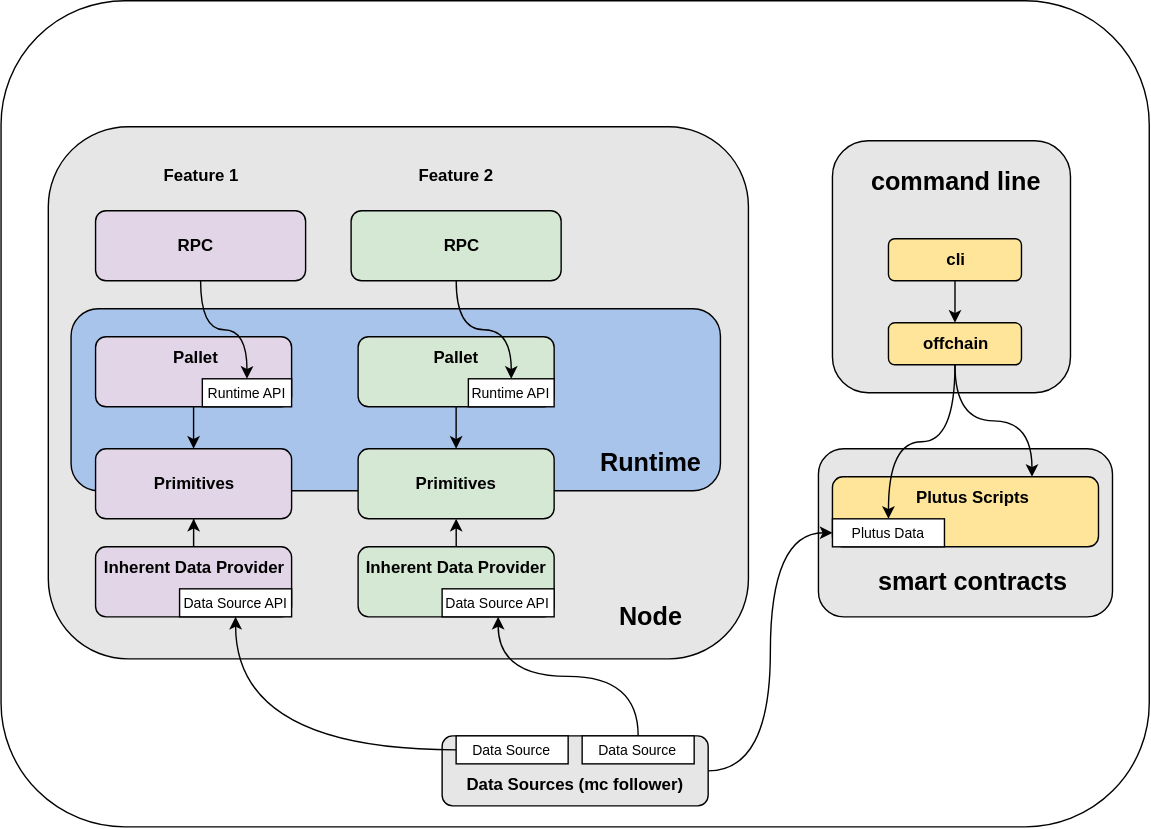
Above: docs/diagrams/feature-design.svg in input-output-hk/partner-chains (draw.io), before the change. Source tidied: cells renumbered, new cells last; positions are measured from the earlier drawing's top-left corner, leaving out a move shared by most shapes. The source it was exported from:
```xml
<mxGraphModel>
  <root>
    <mxCell id="0" />
    <mxCell id="1" parent="0" />
    <mxCell id="2" style="rounded=1;whiteSpace=wrap;html=1;" parent="1" vertex="1">
      <mxGeometry x="0.2" width="820" height="590" as="geometry" />
    </mxCell>
    <mxCell id="3" style="rounded=1;whiteSpace=wrap;html=1;fillColor=#E6E6E6;" parent="1" vertex="1">
      <mxGeometry x="584" y="320" width="210" height="120" as="geometry" />
    </mxCell>
    <mxCell id="4" style="rounded=1;whiteSpace=wrap;html=1;fillColor=#E6E6E6;" parent="1" vertex="1">
      <mxGeometry x="34" y="90" width="500" height="380" as="geometry" />
    </mxCell>
    <mxCell id="5" style="rounded=1;whiteSpace=wrap;html=1;fillColor=#A9C4EB;" parent="1" vertex="1">
      <mxGeometry x="50.2" y="220" width="463.8" height="130" as="geometry" />
    </mxCell>
    <mxCell id="6" style="rounded=1;whiteSpace=wrap;html=1;fillColor=#E1D5E7;" parent="1" vertex="1">
      <mxGeometry x="67.8" y="150" width="150" height="50" as="geometry" />
    </mxCell>
    <mxCell id="7" value="&lt;b&gt;RPC&lt;/b&gt;" style="text;html=1;align=center;verticalAlign=middle;strokeColor=none;fillColor=none;" parent="1" vertex="1">
      <mxGeometry x="114" y="160" width="50" height="30" as="geometry" />
    </mxCell>
    <mxCell id="8" style="rounded=1;whiteSpace=wrap;html=1;fillColor=#E1D5E7;" parent="1" vertex="1">
      <mxGeometry x="67.8" y="240" width="140" height="50" as="geometry" />
    </mxCell>
    <mxCell id="9" value="&lt;b&gt;Pallet&lt;/b&gt;" style="text;html=1;align=center;verticalAlign=middle;strokeColor=none;fillColor=none;" parent="1" vertex="1">
      <mxGeometry x="109" y="240" width="60" height="30" as="geometry" />
    </mxCell>
    <mxCell id="10" style="rounded=1;whiteSpace=wrap;html=1;fillColor=#E1D5E7;" parent="1" vertex="1">
      <mxGeometry x="67.8" y="320" width="140" height="50" as="geometry" />
    </mxCell>
    <mxCell id="11" value="&lt;b&gt;Primitives&lt;/b&gt;" style="text;html=1;align=center;verticalAlign=middle;strokeColor=none;fillColor=none;" parent="1" vertex="1">
      <mxGeometry x="97.8" y="330" width="80" height="30" as="geometry" />
    </mxCell>
    <mxCell id="12" style="edgeStyle=orthogonalEdgeStyle;rounded=0;jettySize=auto;html=1;exitX=0.5;exitY=0;exitDx=0;exitDy=0;" parent="1" edge="1" source="13" target="10">
      <mxGeometry relative="1" as="geometry" />
    </mxCell>
    <mxCell id="13" style="rounded=1;whiteSpace=wrap;html=1;fillColor=#E1D5E7;" parent="1" vertex="1">
      <mxGeometry x="67.8" y="390" width="140" height="50" as="geometry" />
    </mxCell>
    <mxCell id="14" value="&lt;b&gt;Inherent Data Provider&lt;/b&gt;" style="text;html=1;align=center;verticalAlign=middle;strokeColor=none;fillColor=none;" parent="1" vertex="1">
      <mxGeometry x="62.8" y="390" width="150" height="30" as="geometry" />
    </mxCell>
    <mxCell id="15" value="&lt;font style=&quot;font-size: 10px;&quot;&gt;Runtime API&lt;/font&gt;" style="rounded=0;whiteSpace=wrap;html=1;" parent="1" vertex="1">
      <mxGeometry x="144" y="270" width="63.8" height="20" as="geometry" />
    </mxCell>
    <mxCell id="16" value="&lt;font style=&quot;font-size: 10px;&quot;&gt;Data Source API&lt;/font&gt;" style="rounded=0;whiteSpace=wrap;html=1;" parent="1" vertex="1">
      <mxGeometry x="127.8" y="420" width="80" height="20" as="geometry" />
    </mxCell>
    <mxCell id="17" style="endArrow=classic;html=1;rounded=0;exitX=0.5;exitY=1;exitDx=0;exitDy=0;entryX=0.5;entryY=0;entryDx=0;entryDy=0;edgeStyle=orthogonalEdgeStyle;curved=1;" parent="1" edge="1" source="6" target="15">
      <mxGeometry relative="1" as="geometry" />
    </mxCell>
    <mxCell id="18" style="endArrow=classic;html=1;rounded=0;exitX=0.5;exitY=1;exitDx=0;exitDy=0;entryX=0.5;entryY=0;entryDx=0;entryDy=0;" parent="1" edge="1" source="8" target="10">
      <mxGeometry relative="1" as="geometry" />
    </mxCell>
    <mxCell id="19" style="rounded=1;whiteSpace=wrap;html=1;fillColor=#E6E6E6;" parent="1" vertex="1">
      <mxGeometry x="315.2" y="525" width="190" height="50" as="geometry" />
    </mxCell>
    <mxCell id="20" style="edgeStyle=orthogonalEdgeStyle;curved=1;rounded=0;jettySize=auto;html=1;entryX=0.5;entryY=1;entryDx=0;entryDy=0;" parent="1" edge="1" source="21" target="16">
      <mxGeometry relative="1" as="geometry" />
    </mxCell>
    <mxCell id="21" value="&lt;font style=&quot;font-size: 10px;&quot;&gt;Data Source&lt;/font&gt;" style="rounded=0;whiteSpace=wrap;html=1;" parent="1" vertex="1">
      <mxGeometry x="325.2" y="525" width="80" height="20" as="geometry" />
    </mxCell>
    <mxCell id="22" style="edgeStyle=orthogonalEdgeStyle;curved=1;rounded=0;jettySize=auto;html=1;entryX=0.5;entryY=1;entryDx=0;entryDy=0;exitX=0.5;exitY=0;exitDx=0;exitDy=0;" parent="1" edge="1" source="23" target="51">
      <mxGeometry relative="1" as="geometry" />
    </mxCell>
    <mxCell id="23" value="&lt;font style=&quot;font-size: 10px;&quot;&gt;Data Source&lt;/font&gt;" style="rounded=0;whiteSpace=wrap;html=1;" parent="1" vertex="1">
      <mxGeometry x="415.2" y="525" width="80" height="20" as="geometry" />
    </mxCell>
    <mxCell id="24" value="&lt;b&gt;Data Sources (mc follower)&lt;/b&gt;" style="text;html=1;align=center;verticalAlign=middle;strokeColor=none;fillColor=none;" parent="1" vertex="1">
      <mxGeometry x="320.2" y="545" width="180" height="30" as="geometry" />
    </mxCell>
    <mxCell id="25" style="rounded=1;whiteSpace=wrap;html=1;fillColor=#FFE599;" parent="1" vertex="1">
      <mxGeometry x="594" y="340" width="190" height="50" as="geometry" />
    </mxCell>
    <mxCell id="26" value="&lt;b&gt;Plutus Scripts&lt;/b&gt;" style="text;html=1;align=center;verticalAlign=middle;strokeColor=none;fillColor=none;" parent="1" vertex="1">
      <mxGeometry x="644" y="340" width="100" height="30" as="geometry" />
    </mxCell>
    <mxCell id="27" value="&lt;font style=&quot;font-size: 10px;&quot;&gt;Plutus Data&lt;/font&gt;" style="rounded=0;whiteSpace=wrap;html=1;" parent="1" vertex="1">
      <mxGeometry x="594" y="370" width="80" height="20" as="geometry" />
    </mxCell>
    <mxCell id="28" style="edgeStyle=orthogonalEdgeStyle;rounded=0;jettySize=auto;html=1;curved=1;entryX=0;entryY=0.5;entryDx=0;entryDy=0;exitX=1;exitY=0.5;exitDx=0;exitDy=0;" parent="1" edge="1" source="19" target="27">
      <mxGeometry relative="1" as="geometry" />
    </mxCell>
    <mxCell id="29" value="&lt;b&gt;&lt;font style=&quot;font-size: 18px;&quot;&gt;Runtime&lt;/font&gt;&lt;/b&gt;" style="text;html=1;align=center;verticalAlign=middle;strokeColor=none;fillColor=none;" parent="1" vertex="1">
      <mxGeometry x="414" y="310" width="100" height="40" as="geometry" />
    </mxCell>
    <mxCell id="30" value="&lt;b&gt;&lt;font style=&quot;font-size: 18px;&quot;&gt;Node&lt;/font&gt;&lt;/b&gt;" style="text;html=1;align=center;verticalAlign=middle;strokeColor=none;fillColor=none;" parent="1" vertex="1">
      <mxGeometry x="429" y="420" width="70" height="40" as="geometry" />
    </mxCell>
    <mxCell id="31" style="rounded=1;whiteSpace=wrap;html=1;fillColor=#E6E6E6;" parent="1" vertex="1">
      <mxGeometry x="594" y="100" width="170" height="180" as="geometry" />
    </mxCell>
    <mxCell id="32" style="edgeStyle=orthogonalEdgeStyle;rounded=0;jettySize=auto;html=1;entryX=0.5;entryY=0;entryDx=0;entryDy=0;" parent="1" edge="1" source="33" target="35">
      <mxGeometry relative="1" as="geometry" />
    </mxCell>
    <mxCell id="33" style="rounded=1;whiteSpace=wrap;html=1;fillColor=#FFE599;" parent="1" vertex="1">
      <mxGeometry x="634" y="170" width="95" height="30" as="geometry" />
    </mxCell>
    <mxCell id="34" style="edgeStyle=orthogonalEdgeStyle;rounded=0;jettySize=auto;html=1;entryX=0.5;entryY=0;entryDx=0;entryDy=0;curved=1;exitX=0.5;exitY=1;exitDx=0;exitDy=0;" parent="1" edge="1" source="35" target="27">
      <mxGeometry relative="1" as="geometry" />
    </mxCell>
    <mxCell id="35" style="rounded=1;whiteSpace=wrap;html=1;fillColor=#FFE599;" parent="1" vertex="1">
      <mxGeometry x="634" y="230" width="95" height="30" as="geometry" />
    </mxCell>
    <mxCell id="36" value="&lt;b&gt;cli&lt;/b&gt;" style="text;html=1;align=center;verticalAlign=middle;strokeColor=none;fillColor=none;" parent="1" vertex="1">
      <mxGeometry x="661.5" y="170" width="40" height="30" as="geometry" />
    </mxCell>
    <mxCell id="37" value="&lt;b&gt;offchain&lt;/b&gt;" style="text;html=1;align=center;verticalAlign=middle;strokeColor=none;fillColor=none;" parent="1" vertex="1">
      <mxGeometry x="646.5" y="230" width="70" height="30" as="geometry" />
    </mxCell>
    <mxCell id="38" value="&lt;b&gt;&lt;font style=&quot;font-size: 18px;&quot;&gt;command line&lt;/font&gt;&lt;/b&gt;" style="text;html=1;align=center;verticalAlign=middle;strokeColor=none;fillColor=none;" parent="1" vertex="1">
      <mxGeometry x="611.5" y="110" width="140" height="40" as="geometry" />
    </mxCell>
    <mxCell id="39" style="edgeStyle=orthogonalEdgeStyle;rounded=0;jettySize=auto;html=1;entryX=0.75;entryY=0;entryDx=0;entryDy=0;curved=1;exitX=0.5;exitY=1;exitDx=0;exitDy=0;" parent="1" edge="1" source="35" target="25">
      <mxGeometry relative="1" as="geometry" />
    </mxCell>
    <mxCell id="40" value="&lt;b&gt;&lt;font style=&quot;font-size: 18px;&quot;&gt;smart contracts&lt;/font&gt;&lt;/b&gt;" style="text;html=1;align=center;verticalAlign=middle;strokeColor=none;fillColor=none;" parent="1" vertex="1">
      <mxGeometry x="614" y="395" width="160" height="40" as="geometry" />
    </mxCell>
    <mxCell id="41" style="rounded=1;whiteSpace=wrap;html=1;fillColor=#D5E8D4;" parent="1" vertex="1">
      <mxGeometry x="250.2" y="150" width="150" height="50" as="geometry" />
    </mxCell>
    <mxCell id="42" value="&lt;b&gt;RPC&lt;/b&gt;" style="text;html=1;align=center;verticalAlign=middle;strokeColor=none;fillColor=none;" parent="1" vertex="1">
      <mxGeometry x="304" y="160" width="50" height="30" as="geometry" />
    </mxCell>
    <mxCell id="43" style="rounded=1;whiteSpace=wrap;html=1;fillColor=#D5E8D4;" parent="1" vertex="1">
      <mxGeometry x="255.2" y="240" width="140" height="50" as="geometry" />
    </mxCell>
    <mxCell id="44" value="&lt;b&gt;Pallet&lt;/b&gt;" style="text;html=1;align=center;verticalAlign=middle;strokeColor=none;fillColor=none;" parent="1" vertex="1">
      <mxGeometry x="295.2" y="240" width="60" height="30" as="geometry" />
    </mxCell>
    <mxCell id="45" style="rounded=1;whiteSpace=wrap;html=1;fillColor=#D5E8D4;" parent="1" vertex="1">
      <mxGeometry x="255.2" y="320" width="140" height="50" as="geometry" />
    </mxCell>
    <mxCell id="46" value="&lt;b&gt;Primitives&lt;/b&gt;" style="text;html=1;align=center;verticalAlign=middle;strokeColor=none;fillColor=none;" parent="1" vertex="1">
      <mxGeometry x="285.2" y="330" width="80" height="30" as="geometry" />
    </mxCell>
    <mxCell id="47" style="edgeStyle=orthogonalEdgeStyle;curved=1;rounded=0;jettySize=auto;html=1;entryX=0.5;entryY=1;entryDx=0;entryDy=0;" parent="1" edge="1" source="48" target="45">
      <mxGeometry relative="1" as="geometry" />
    </mxCell>
    <mxCell id="48" style="rounded=1;whiteSpace=wrap;html=1;fillColor=#D5E8D4;" parent="1" vertex="1">
      <mxGeometry x="255.2" y="390" width="140" height="50" as="geometry" />
    </mxCell>
    <mxCell id="49" value="&lt;b&gt;Inherent Data Provider&lt;/b&gt;" style="text;html=1;align=center;verticalAlign=middle;strokeColor=none;fillColor=none;" parent="1" vertex="1">
      <mxGeometry x="250.2" y="390" width="150" height="30" as="geometry" />
    </mxCell>
    <mxCell id="50" value="&lt;font style=&quot;font-size: 10px;&quot;&gt;Runtime API&lt;/font&gt;" style="rounded=0;whiteSpace=wrap;html=1;" parent="1" vertex="1">
      <mxGeometry x="334" y="270" width="61.2" height="20" as="geometry" />
    </mxCell>
    <mxCell id="51" value="&lt;font style=&quot;font-size: 10px;&quot;&gt;Data Source API&lt;/font&gt;" style="rounded=0;whiteSpace=wrap;html=1;" parent="1" vertex="1">
      <mxGeometry x="315.2" y="420" width="80" height="20" as="geometry" />
    </mxCell>
    <mxCell id="52" style="endArrow=classic;html=1;rounded=0;exitX=0.5;exitY=1;exitDx=0;exitDy=0;entryX=0.5;entryY=0;entryDx=0;entryDy=0;" parent="1" edge="1" source="43" target="45">
      <mxGeometry relative="1" as="geometry" />
    </mxCell>
    <mxCell id="53" value="&lt;b&gt;Feature 1&lt;/b&gt;" style="text;html=1;align=center;verticalAlign=middle;strokeColor=none;fillColor=none;" parent="1" vertex="1">
      <mxGeometry x="102.8" y="110" width="80" height="30" as="geometry" />
    </mxCell>
    <mxCell id="54" value="&lt;b&gt;Feature 2&lt;/b&gt;" style="text;html=1;align=center;verticalAlign=middle;strokeColor=none;fillColor=none;" parent="1" vertex="1">
      <mxGeometry x="285.2" y="110" width="80" height="30" as="geometry" />
    </mxCell>
    <mxCell id="55" style="edgeStyle=orthogonalEdgeStyle;curved=1;rounded=0;jettySize=auto;html=1;entryX=0.5;entryY=0;entryDx=0;entryDy=0;" parent="1" edge="1" source="41" target="50">
      <mxGeometry relative="1" as="geometry" />
    </mxCell>
  </root>
</mxGraphModel>
```
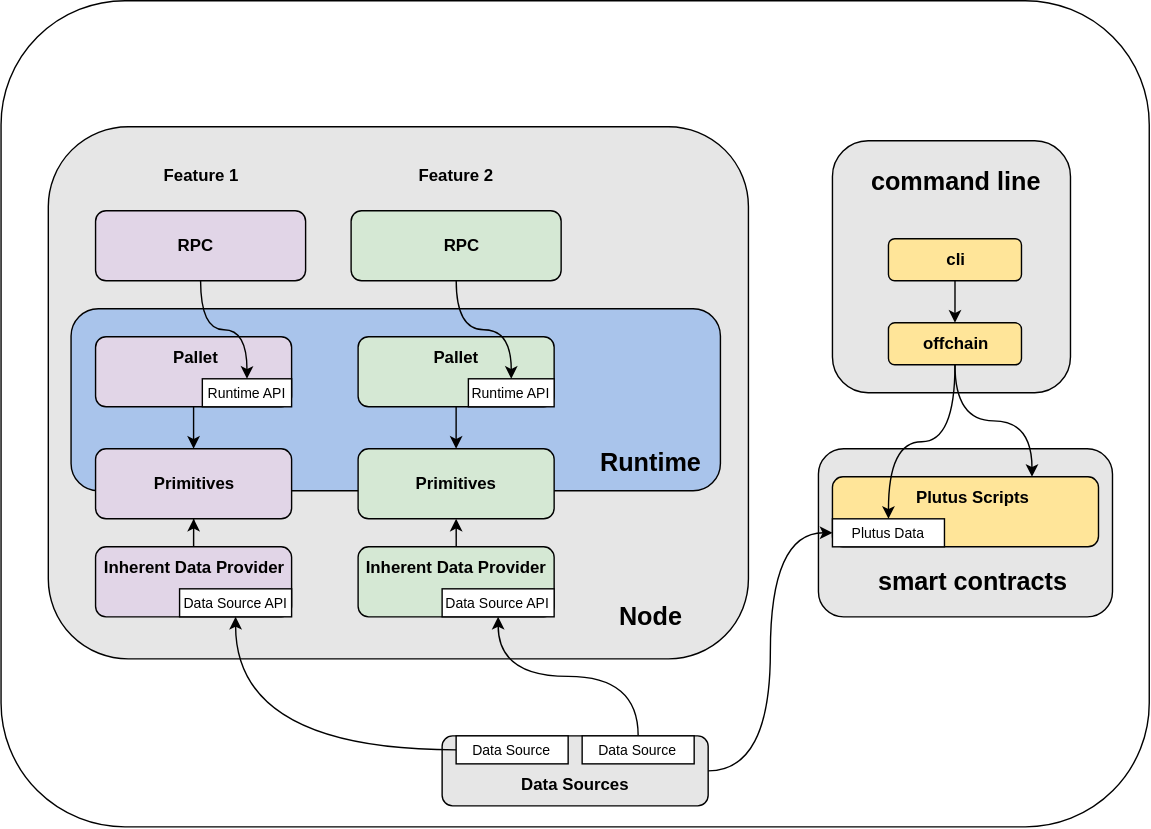
Above is the later version.

The edit, as a diff of the source:
```diff
@@ -68,8 +68,8 @@
     <mxCell id="23" value="&lt;font style=&quot;font-size: 10px;&quot;&gt;Data Source&lt;/font&gt;" style="rounded=0;whiteSpace=wrap;html=1;" parent="1" vertex="1">
       <mxGeometry x="415.2" y="525" width="80" height="20" as="geometry" />
     </mxCell>
-    <mxCell id="24" value="&lt;b&gt;Data Sources (mc follower)&lt;/b&gt;" style="text;html=1;align=center;verticalAlign=middle;strokeColor=none;fillColor=none;" parent="1" vertex="1">
-      <mxGeometry x="320.2" y="545" width="180" height="30" as="geometry" />
+    <mxCell id="24" value="&lt;b&gt;Data Sources&lt;/b&gt;" style="text;html=1;align=center;verticalAlign=middle;strokeColor=none;fillColor=none;" parent="1" vertex="1">
+      <mxGeometry x="360.2" y="545" width="100" height="30" as="geometry" />
     </mxCell>
     <mxCell id="25" style="rounded=1;whiteSpace=wrap;html=1;fillColor=#FFE599;" parent="1" vertex="1">
       <mxGeometry x="594" y="340" width="190" height="50" as="geometry" />
```
